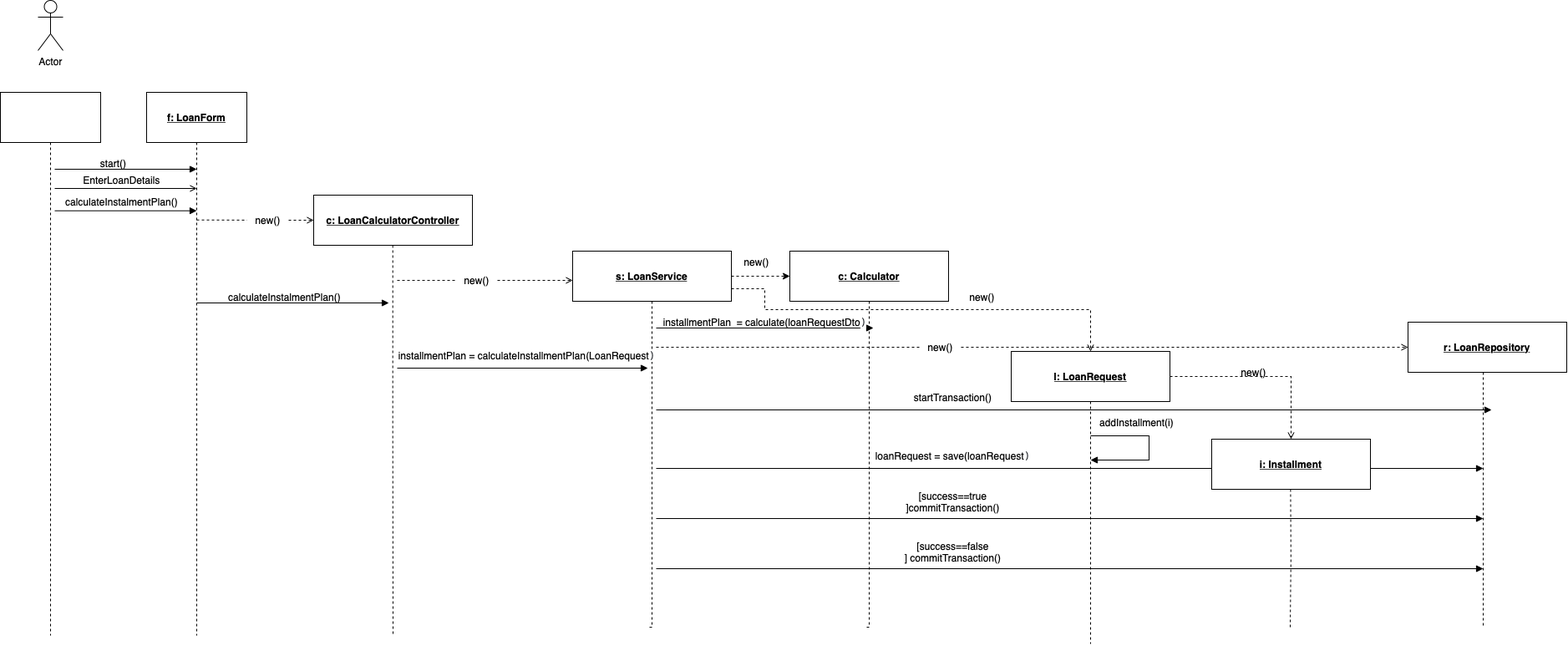
Before: diagrams/sequence-diagram.png, a diagram exported from draw.io (milicamasal/loan-calculator). Source tidied: cells renumbered, new cells last; positions are measured from the earlier drawing's top-left corner, leaving out a move shared by most shapes.
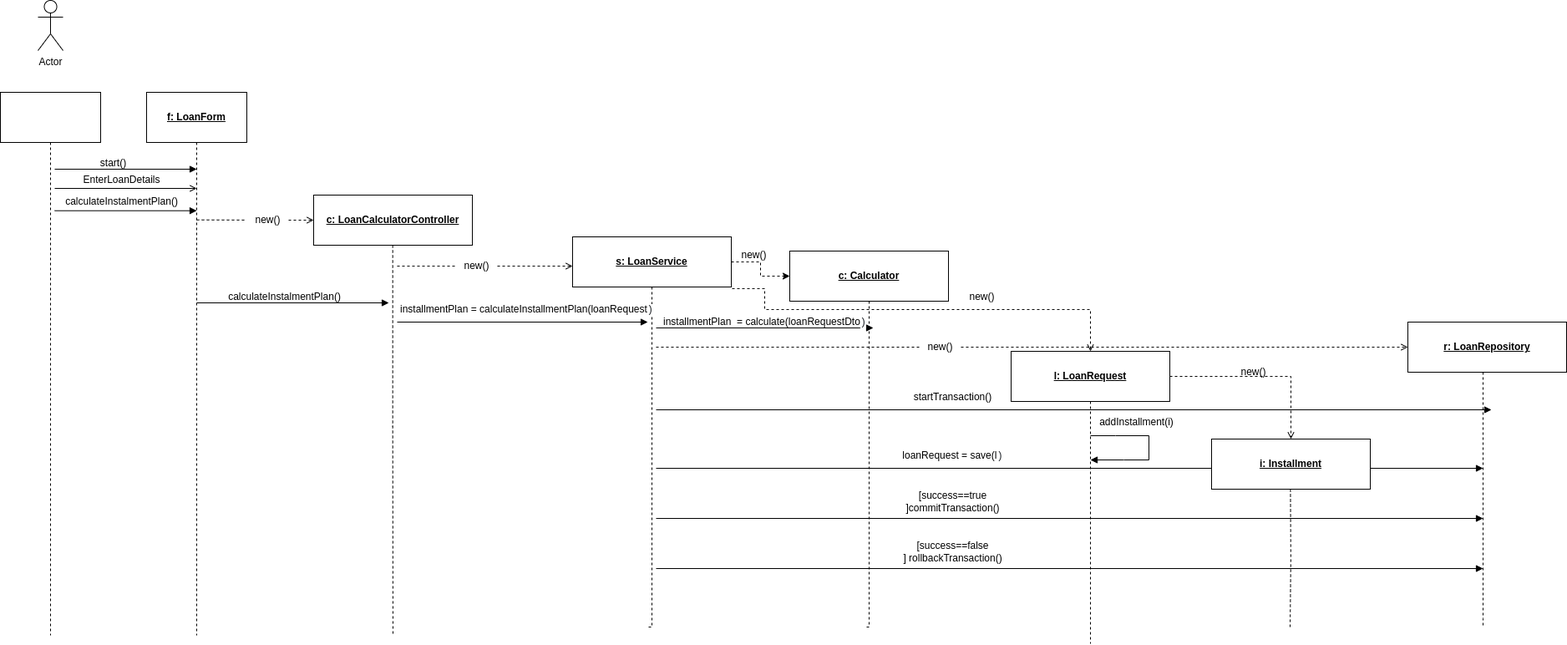
After the commit.

Commit message:
sequence diagram rollback transaction

What changed in the source:
```diff
@@ -98,20 +98,20 @@
       </mxGeometry>
     </mxCell>
     <mxCell id="22" value="&lt;u&gt;&lt;b&gt;s: LoanService&lt;/b&gt;&lt;/u&gt;" style="rounded=0;whiteSpace=wrap;html=1;" parent="1" vertex="1">
-      <mxGeometry x="685" y="300" width="190" height="60" as="geometry" />
+      <mxGeometry x="685" y="283" width="190" height="60" as="geometry" />
     </mxCell>
     <mxCell id="23" style="endArrow=open;html=1;rounded=0;endFill=0;dashed=1;" parent="1" edge="1" source="25">
       <mxGeometry relative="1" as="geometry">
-        <mxPoint x="685" y="335" as="targetPoint" />
+        <mxPoint x="685" y="318" as="targetPoint" />
       </mxGeometry>
     </mxCell>
     <mxCell id="24" style="endArrow=none;html=1;rounded=0;endFill=0;dashed=1;" parent="1" edge="1" target="25">
       <mxGeometry relative="1" as="geometry">
-        <mxPoint x="475" y="335" as="sourcePoint" />
+        <mxPoint x="475" y="318" as="sourcePoint" />
       </mxGeometry>
     </mxCell>
     <mxCell id="25" value="new()" style="text;html=1;align=center;verticalAlign=middle;points=[];strokeColor=none;fillColor=none;" parent="1" vertex="1">
-      <mxGeometry x="545" y="320" width="50" height="30" as="geometry" />
+      <mxGeometry x="545" y="303" width="50" height="30" as="geometry" />
     </mxCell>
     <mxCell id="26" style="edgeStyle=orthogonalEdgeStyle;rounded=0;jettySize=auto;html=1;endArrow=none;endFill=0;dashed=1;" parent="1" edge="1" source="27">
       <mxGeometry relative="1" as="geometry">
@@ -135,20 +135,20 @@
     <mxCell id="30" value="new()" style="text;html=1;align=center;verticalAlign=middle;points=[];strokeColor=none;fillColor=none;" parent="1" vertex="1">
       <mxGeometry x="1100" y="400" width="50" height="30" as="geometry" />
     </mxCell>
-    <mxCell id="31" value="installmentPlan = calculateInstallmentPlan(LoanRequest&lt;span style=&quot;text-align: start; caret-color: rgb(31, 35, 40); color: rgb(31, 35, 40); font-family: ui-monospace, SFMono-Regular, &amp;quot;SF Mono&amp;quot;, Menlo, Consolas, &amp;quot;Liberation Mono&amp;quot;, monospace; background-color: rgb(255, 255, 255);&quot;&gt;)&lt;/span&gt;" style="text;html=1;align=center;verticalAlign=middle;strokeColor=none;fillColor=none;" parent="1" vertex="1">
-      <mxGeometry x="465" y="410" width="330" height="30" as="geometry" />
+    <mxCell id="31" value="installmentPlan = calculateInstallmentPlan(loanRequest&lt;span style=&quot;text-align: start; caret-color: rgb(31, 35, 40); color: rgb(31, 35, 40); font-family: ui-monospace, SFMono-Regular, &amp;quot;SF Mono&amp;quot;, Menlo, Consolas, &amp;quot;Liberation Mono&amp;quot;, monospace; background-color: rgb(255, 255, 255);&quot;&gt;)&lt;/span&gt;" style="text;html=1;align=center;verticalAlign=middle;strokeColor=none;fillColor=none;" parent="1" vertex="1">
+      <mxGeometry x="465" y="355" width="330" height="30" as="geometry" />
     </mxCell>
     <mxCell id="32" style="endArrow=block;html=1;rounded=0;endFill=1;" parent="1" edge="1">
       <mxGeometry relative="1" as="geometry">
-        <mxPoint x="475" y="440" as="sourcePoint" />
-        <mxPoint x="775" y="440" as="targetPoint" />
+        <mxPoint x="475" y="385" as="sourcePoint" />
+        <mxPoint x="775" y="385" as="targetPoint" />
       </mxGeometry>
     </mxCell>
     <mxCell id="33" value="calculateInstalmentPlan()" style="text;html=1;align=center;verticalAlign=middle;strokeColor=none;fillColor=none;" parent="1" vertex="1">
       <mxGeometry x="260" y="340" width="160" height="30" as="geometry" />
     </mxCell>
-    <mxCell id="34" value="loanRequest = save(loanRequest&lt;span style=&quot;text-align: start; caret-color: rgb(31, 35, 40); color: rgb(31, 35, 40); font-family: ui-monospace, SFMono-Regular, &amp;quot;SF Mono&amp;quot;, Menlo, Consolas, &amp;quot;Liberation Mono&amp;quot;, monospace; background-color: rgb(255, 255, 255);&quot;&gt;)&lt;/span&gt;" style="text;html=1;align=center;verticalAlign=middle;strokeColor=none;fillColor=none;" parent="1" vertex="1">
-      <mxGeometry x="1035" y="530" width="210" height="30" as="geometry" />
+    <mxCell id="34" value="loanRequest = save(l&lt;span style=&quot;text-align: start; caret-color: rgb(31, 35, 40); color: rgb(31, 35, 40); font-family: ui-monospace, SFMono-Regular, &amp;quot;SF Mono&amp;quot;, Menlo, Consolas, &amp;quot;Liberation Mono&amp;quot;, monospace; background-color: rgb(255, 255, 255);&quot;&gt;)&lt;/span&gt;" style="text;html=1;align=center;verticalAlign=middle;strokeColor=none;fillColor=none;" parent="1" vertex="1">
+      <mxGeometry x="1070" y="530" width="140" height="30" as="geometry" />
     </mxCell>
     <mxCell id="35" style="endArrow=block;html=1;rounded=0;endFill=1;" parent="1" edge="1">
       <mxGeometry relative="1" as="geometry">
@@ -189,7 +189,7 @@
         <mxPoint x="1775" y="620" as="targetPoint" />
       </mxGeometry>
     </mxCell>
-    <mxCell id="43" value="[success==false&lt;br&gt;] commitTransaction()" style="text;html=1;align=center;verticalAlign=middle;strokeColor=none;fillColor=none;imageWidth=30;spacing=2;" parent="1" vertex="1">
+    <mxCell id="43" value="[success==false&lt;br&gt;] rollbackTransaction()" style="text;html=1;align=center;verticalAlign=middle;strokeColor=none;fillColor=none;imageWidth=30;spacing=2;" parent="1" vertex="1">
       <mxGeometry x="1070" y="640" width="140" height="40" as="geometry" />
     </mxCell>
     <mxCell id="44" style="endArrow=block;html=1;rounded=0;endFill=1;" parent="1" edge="1">
@@ -210,7 +210,7 @@
       <mxGeometry x="945" y="300" width="190" height="60" as="geometry" />
     </mxCell>
     <mxCell id="47" value="new()" style="text;html=1;align=center;verticalAlign=middle;strokeColor=none;fillColor=none;" parent="1" vertex="1">
-      <mxGeometry x="880" y="298" width="50" height="30" as="geometry" />
+      <mxGeometry x="877" y="290" width="50" height="30" as="geometry" />
     </mxCell>
     <mxCell id="48" style="endArrow=block;html=1;rounded=0;endFill=1;" parent="1" edge="1">
       <mxGeometry relative="1" as="geometry">
```
